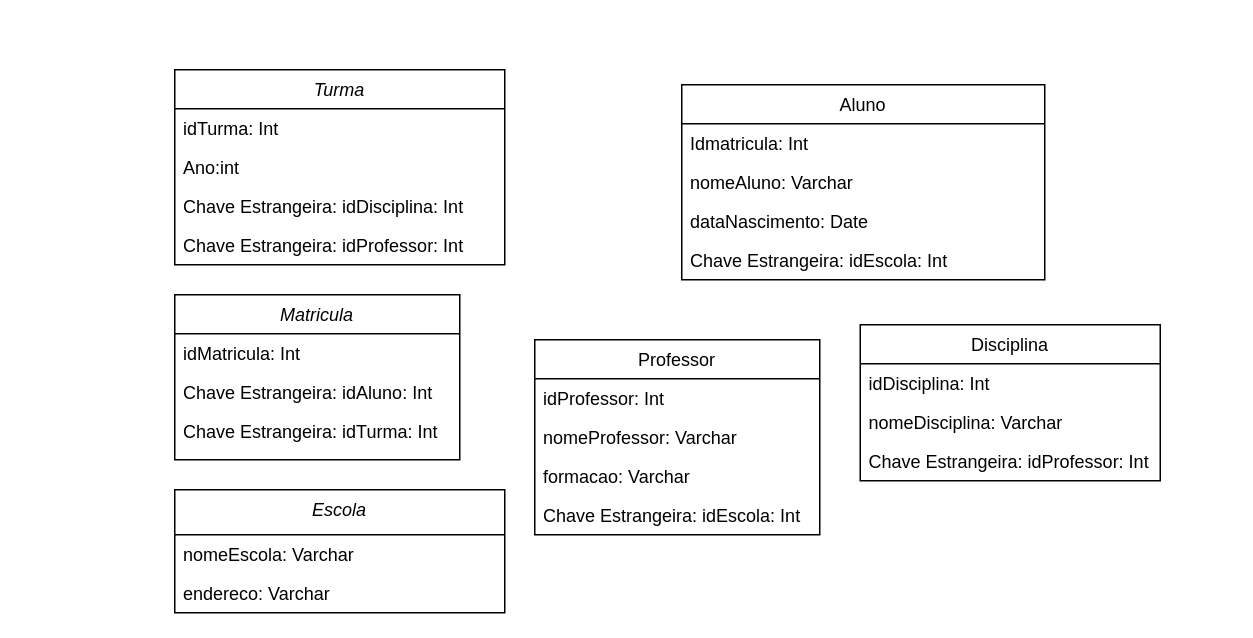
Nicolas1212212121/1 keeps this draw.io diagram as Escola.drawio. Above is the earlier version. Source tidied: cells renumbered, new cells numbered last; positions are measured from the earlier drawing's top-left corner, leaving out a move shared by most shapes. Both pictures are drawn from the tidied source at 150%, with x=0, y=0 at pixel (174, 69).
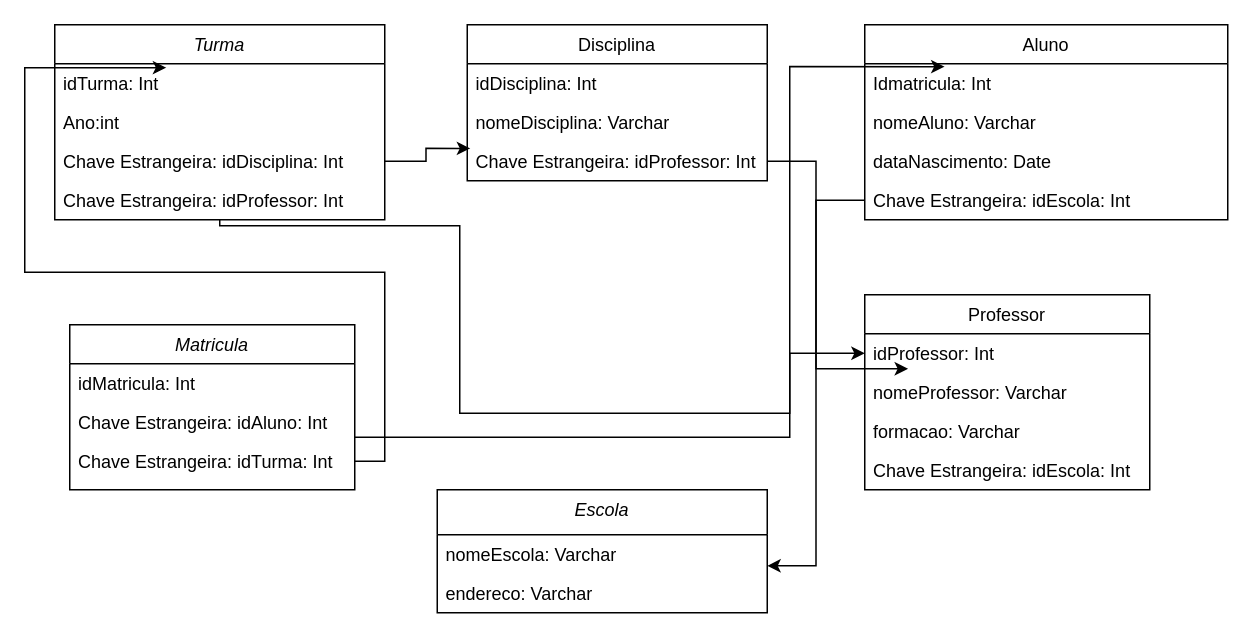
The same page after the edit.

Unchanged cells that the change refers to:
```xml
<mxCell id="3" value="idTurma: Int" style="text;align=left;verticalAlign=top;spacingLeft=4;spacingRight=4;overflow=hidden;points=[[0,0.5],[1,0.5]];portConstraint=eastwest;" parent="2" vertex="1">
  <mxGeometry y="26" width="220" height="26" as="geometry" />
</mxCell>
<mxCell id="5" value="Chave Estrangeira: idDisciplina: Int " style="text;align=left;verticalAlign=top;spacingLeft=4;spacingRight=4;overflow=hidden;points=[[0,0.5],[1,0.5]];portConstraint=eastwest;rounded=0;shadow=0;html=0;" parent="2" vertex="1">
  <mxGeometry y="78" width="220" height="26" as="geometry" />
</mxCell>
<mxCell id="6" value="Chave Estrangeira: idProfessor: Int" style="text;align=left;verticalAlign=top;spacingLeft=4;spacingRight=4;overflow=hidden;points=[[0,0.5],[1,0.5]];portConstraint=eastwest;rounded=0;shadow=0;html=0;" parent="2" vertex="1">
  <mxGeometry y="104" width="220" height="26" as="geometry" />
</mxCell>
<mxCell id="10" value="Chave Estrangeira: idProfessor: Int " style="text;align=left;verticalAlign=top;spacingLeft=4;spacingRight=4;overflow=hidden;points=[[0,0.5],[1,0.5]];portConstraint=eastwest;rounded=0;shadow=0;html=0;" parent="7" vertex="1">
  <mxGeometry y="78" width="200" height="26" as="geometry" />
</mxCell>
<mxCell id="12" value="Idmatricula: Int" style="text;align=left;verticalAlign=top;spacingLeft=4;spacingRight=4;overflow=hidden;points=[[0,0.5],[1,0.5]];portConstraint=eastwest;" parent="11" vertex="1">
  <mxGeometry y="26" width="242" height="26" as="geometry" />
</mxCell>
<mxCell id="15" value="Chave Estrangeira: idEscola: Int " style="text;align=left;verticalAlign=top;spacingLeft=4;spacingRight=4;overflow=hidden;points=[[0,0.5],[1,0.5]];portConstraint=eastwest;rounded=0;shadow=0;html=0;" parent="11" vertex="1">
  <mxGeometry y="104" width="242" height="26" as="geometry" />
</mxCell>
<mxCell id="17" value="idProfessor: Int" style="text;align=left;verticalAlign=top;spacingLeft=4;spacingRight=4;overflow=hidden;points=[[0,0.5],[1,0.5]];portConstraint=eastwest;" parent="16" vertex="1">
  <mxGeometry y="26" width="190" height="26" as="geometry" />
</mxCell>
<mxCell id="23" value="Chave Estrangeira: idAluno: Int" style="text;align=left;verticalAlign=top;spacingLeft=4;spacingRight=4;overflow=hidden;points=[[0,0.5],[1,0.5]];portConstraint=eastwest;rounded=0;shadow=0;html=0;" parent="21" vertex="1">
  <mxGeometry y="52" width="190" height="26" as="geometry" />
</mxCell>
<mxCell id="24" value="Chave Estrangeira: idTurma: Int &#10;" style="text;align=left;verticalAlign=top;spacingLeft=4;spacingRight=4;overflow=hidden;points=[[0,0.5],[1,0.5]];portConstraint=eastwest;rounded=0;shadow=0;html=0;" parent="21" vertex="1">
  <mxGeometry y="78" width="190" height="26" as="geometry" />
</mxCell>
<mxCell id="26" value="nomeEscola: Varchar" style="text;align=left;verticalAlign=top;spacingLeft=4;spacingRight=4;overflow=hidden;points=[[0,0.5],[1,0.5]];portConstraint=eastwest;" parent="25" vertex="1">
  <mxGeometry y="30" width="220" height="26" as="geometry" />
</mxCell>
```

Change to the diagram source:
```diff
@@
     <mxCell id="2" value="Turma" style="swimlane;fontStyle=2;align=center;verticalAlign=top;horizontal=1;startSize=26;rounded=0;shadow=0;strokeWidth=1;" parent="1" vertex="1">
-      <mxGeometry width="220" height="130" as="geometry" />
+      <mxGeometry x="-80" y="-30" width="220" height="130" as="geometry" />
     </mxCell>
@@
     <mxCell id="7" value="Disciplina" style="swimlane;fontStyle=0;align=center;verticalAlign=top;horizontal=1;startSize=26;rounded=0;shadow=0;strokeWidth=1;" parent="1" vertex="1">
-      <mxGeometry x="457" y="170" width="200" height="104" as="geometry" />
+      <mxGeometry x="195" y="-30" width="200" height="104" as="geometry" />
     </mxCell>
@@
     <mxCell id="11" value="Aluno" style="swimlane;fontStyle=0;align=center;verticalAlign=top;horizontal=1;startSize=26;rounded=0;shadow=0;strokeWidth=1;" parent="1" vertex="1">
-      <mxGeometry x="338" y="10" width="242" height="130" as="geometry" />
+      <mxGeometry x="460" y="-30" width="242" height="130" as="geometry" />
     </mxCell>
@@
     <mxCell id="16" value="Professor" style="swimlane;fontStyle=0;align=center;verticalAlign=top;horizontal=1;startSize=26;rounded=0;shadow=0;strokeWidth=1;" parent="1" vertex="1">
-      <mxGeometry x="240" y="180" width="190" height="130" as="geometry" />
+      <mxGeometry x="460" y="150" width="190" height="130" as="geometry" />
     </mxCell>
@@
     <mxCell id="21" value="Matricula" style="swimlane;fontStyle=2;align=center;verticalAlign=top;horizontal=1;startSize=26;rounded=0;shadow=0;strokeWidth=1;" parent="1" vertex="1">
-      <mxGeometry y="150" width="190" height="110" as="geometry" />
+      <mxGeometry x="-70" y="170" width="190" height="110" as="geometry" />
     </mxCell>
@@
     <mxCell id="25" value="Escola" style="swimlane;fontStyle=2;align=center;verticalAlign=top;horizontal=1;startSize=30;rounded=0;shadow=0;strokeWidth=1;" parent="1" vertex="1">
-      <mxGeometry y="280" width="220" height="82" as="geometry" />
+      <mxGeometry x="175" y="280" width="220" height="82" as="geometry" />
     </mxCell>
@@
+    <mxCell id="28" style="edgeStyle=orthogonalEdgeStyle;rounded=0;jettySize=auto;html=1;entryX=0.01;entryY=0.17;entryDx=0;entryDy=0;entryPerimeter=0;" parent="1" edge="1" source="5" target="10">
+      <mxGeometry relative="1" as="geometry" />
+    </mxCell>
+    <mxCell id="29" style="edgeStyle=orthogonalEdgeStyle;rounded=0;jettySize=auto;html=1;" parent="1" edge="1" source="6" target="17">
+      <mxGeometry relative="1" as="geometry">
+        <Array as="points">
+          <mxPoint x="190" y="104" />
+          <mxPoint x="190" y="229" />
+          <mxPoint x="410" y="229" />
+          <mxPoint x="410" y="189" />
+        </Array>
+      </mxGeometry>
+    </mxCell>
+    <mxCell id="30" style="edgeStyle=orthogonalEdgeStyle;rounded=0;jettySize=auto;html=1;entryX=1;entryY=0.796;entryDx=0;entryDy=0;entryPerimeter=0;" parent="1" edge="1" source="15" target="26">
+      <mxGeometry relative="1" as="geometry" />
+    </mxCell>
+    <mxCell id="31" style="edgeStyle=orthogonalEdgeStyle;rounded=0;jettySize=auto;html=1;entryX=0.22;entryY=0.074;entryDx=0;entryDy=0;entryPerimeter=0;" parent="1" edge="1" source="23" target="12">
+      <mxGeometry relative="1" as="geometry">
+        <Array as="points">
+          <mxPoint x="410" y="245" />
+          <mxPoint x="410" y="-2" />
+        </Array>
+      </mxGeometry>
+    </mxCell>
+    <mxCell id="32" style="edgeStyle=orthogonalEdgeStyle;rounded=0;jettySize=auto;html=1;entryX=0.152;entryY=0.897;entryDx=0;entryDy=0;entryPerimeter=0;" parent="1" edge="1" source="10" target="17">
+      <mxGeometry relative="1" as="geometry" />
+    </mxCell>
+    <mxCell id="33" style="edgeStyle=orthogonalEdgeStyle;rounded=0;jettySize=auto;html=1;entryX=0.338;entryY=0.101;entryDx=0;entryDy=0;entryPerimeter=0;" parent="1" edge="1" source="24" target="3">
+      <mxGeometry relative="1" as="geometry" />
+    </mxCell>
```
